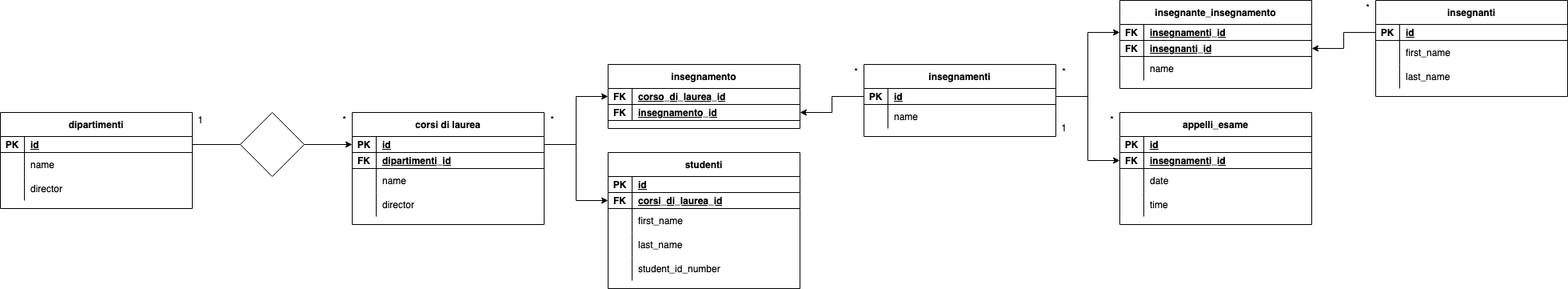
marcodeiulio/db-university keeps this draw.io diagram as Untitled Diagram.drawio.png. Above is the earlier version. Source tidied: cells renumbered, new cells last; positions are measured from the earlier drawing's top-left corner, leaving out a move shared by most shapes.
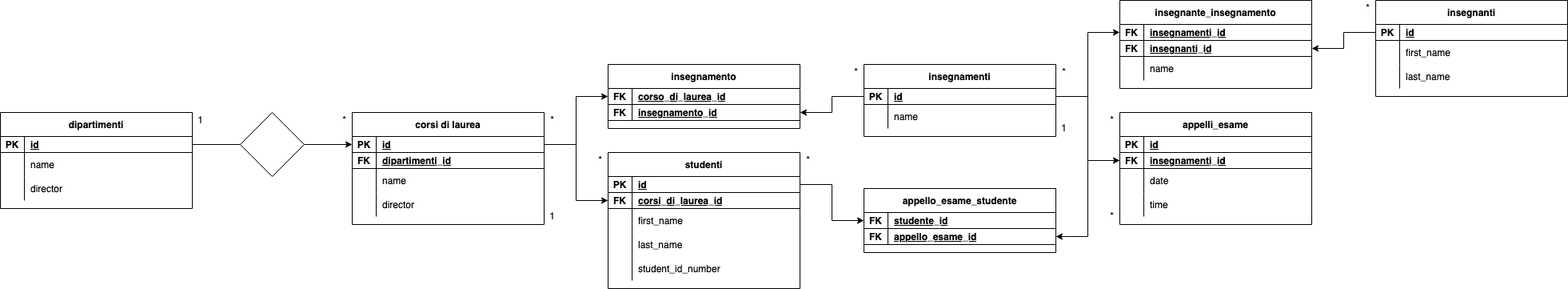
The same diagram one commit later.

Commit message:
- Added relation between studenti & appelli_esame

Diff of the diagram source:
```diff
@@ -311,5 +311,44 @@
     <mxCell id="104" style="edgeStyle=orthogonalEdgeStyle;rounded=0;jettySize=auto;html=1;entryX=0;entryY=0.5;entryDx=0;entryDy=0;" parent="1" edge="1" source="13" target="92">
       <mxGeometry relative="1" as="geometry" />
     </mxCell>
+    <mxCell id="105" value="appello_esame_studente" style="shape=table;startSize=30;rowLines=0;fontStyle=1;align=center;" parent="1" vertex="1">
+      <mxGeometry x="1080" y="235" width="240" height="80" as="geometry" />
+    </mxCell>
+    <mxCell id="106" style="shape=partialRectangle;fillColor=none;points=[[0,0.5],[1,0.5]];portConstraint=eastwest;top=0;left=0;right=0;bottom=1;" parent="105" vertex="1">
+      <mxGeometry y="30" width="240" height="20" as="geometry" />
+    </mxCell>
+    <mxCell id="107" value="FK" style="shape=partialRectangle;overflow=hidden;fillColor=none;top=0;left=0;bottom=0;right=0;fontStyle=1;" parent="106" vertex="1">
+      <mxGeometry width="30" height="20" as="geometry" />
+    </mxCell>
+    <mxCell id="108" value="studente_id" style="shape=partialRectangle;overflow=hidden;fillColor=none;top=0;left=0;bottom=0;right=0;align=left;spacingLeft=6;fontStyle=5;" parent="106" vertex="1">
+      <mxGeometry x="30" width="210" height="20" as="geometry" />
+    </mxCell>
+    <mxCell id="109" style="shape=partialRectangle;fillColor=none;points=[[0,0.5],[1,0.5]];portConstraint=eastwest;top=0;left=0;right=0;bottom=1;" parent="105" vertex="1">
+      <mxGeometry y="50" width="240" height="20" as="geometry" />
+    </mxCell>
+    <mxCell id="110" value="FK" style="shape=partialRectangle;overflow=hidden;fillColor=none;top=0;left=0;bottom=0;right=0;fontStyle=1;" parent="109" vertex="1">
+      <mxGeometry width="30" height="20" as="geometry" />
+    </mxCell>
+    <mxCell id="111" value="appello_esame_id" style="shape=partialRectangle;overflow=hidden;fillColor=none;top=0;left=0;bottom=0;right=0;align=left;spacingLeft=6;fontStyle=5;" parent="109" vertex="1">
+      <mxGeometry x="30" width="210" height="20" as="geometry" />
+    </mxCell>
+    <mxCell id="112" style="edgeStyle=orthogonalEdgeStyle;rounded=0;jettySize=auto;html=1;entryX=1;entryY=0.5;entryDx=0;entryDy=0;" parent="1" edge="1" source="76" target="109">
+      <mxGeometry relative="1" as="geometry" />
+    </mxCell>
+    <mxCell id="113" style="edgeStyle=orthogonalEdgeStyle;rounded=0;jettySize=auto;html=1;entryX=0;entryY=0.5;entryDx=0;entryDy=0;" parent="1" edge="1" source="89" target="106">
+      <mxGeometry relative="1" as="geometry" />
+    </mxCell>
+    <mxCell id="114" value="1" style="text;html=1;align=center;verticalAlign=middle;strokeColor=none;fillColor=none;" parent="1" vertex="1">
+      <mxGeometry x="680" y="260" width="20" height="20" as="geometry" />
+    </mxCell>
+    <mxCell id="115" value="*" style="text;html=1;align=center;verticalAlign=middle;strokeColor=none;fillColor=none;" parent="1" vertex="1">
+      <mxGeometry x="740" y="190" width="20" height="20" as="geometry" />
+    </mxCell>
+    <mxCell id="116" value="*" style="text;html=1;align=center;verticalAlign=middle;strokeColor=none;fillColor=none;" parent="1" vertex="1">
+      <mxGeometry x="1000" y="190" width="20" height="20" as="geometry" />
+    </mxCell>
+    <mxCell id="117" value="*" style="text;html=1;align=center;verticalAlign=middle;strokeColor=none;fillColor=none;" parent="1" vertex="1">
+      <mxGeometry x="1380" y="260" width="20" height="20" as="geometry" />
+    </mxCell>
   </root>
 </mxGraphModel>
```
